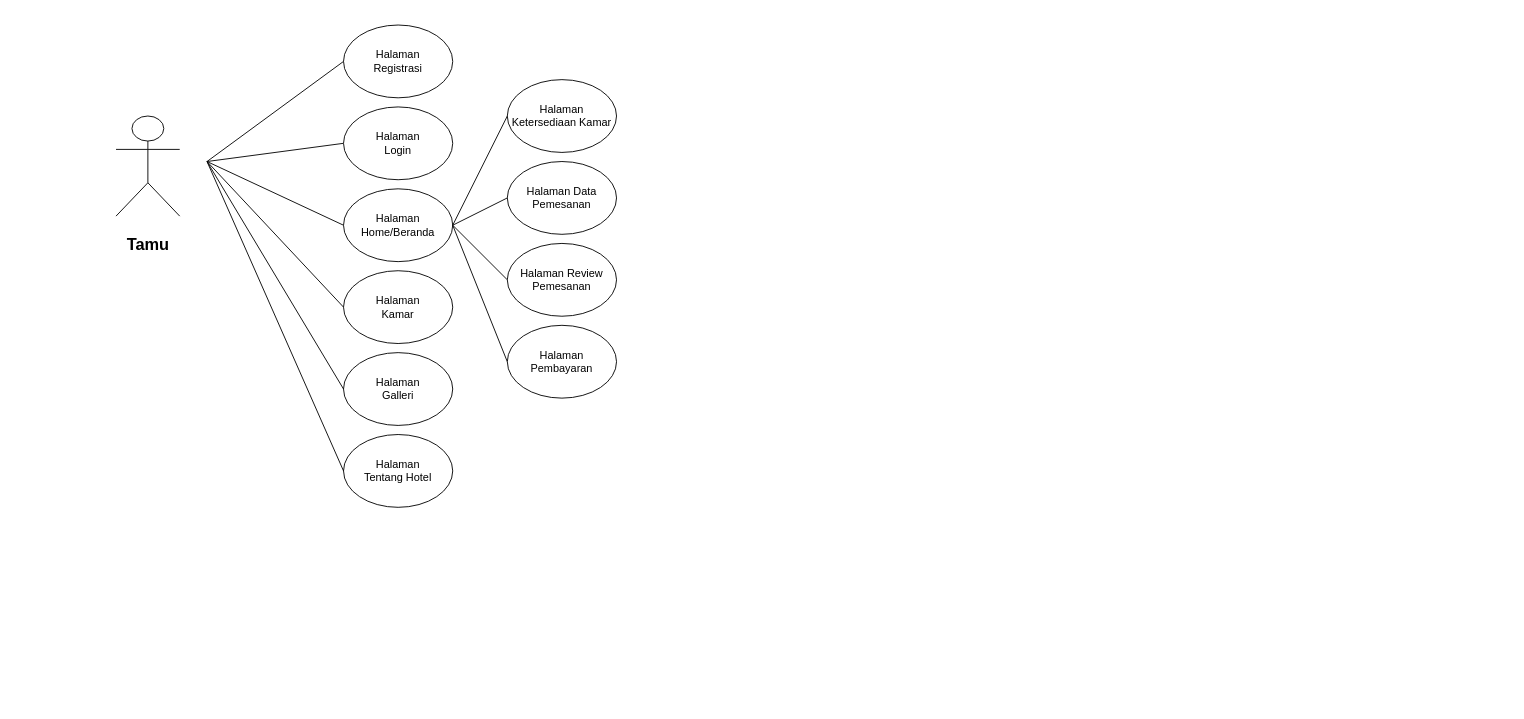
WijayaHendy/http-purwandias.github.io keeps this draw.io diagram as MPA_TGS02_5190411571.drawio. Above is the earlier version. Source tidied: cells renumbered, new cells numbered last; positions are measured from the earlier drawing's top-left corner, leaving out a move shared by most shapes. Both pictures are drawn from the tidied source at 91%, with x=0, y=0 at pixel (116, 25).
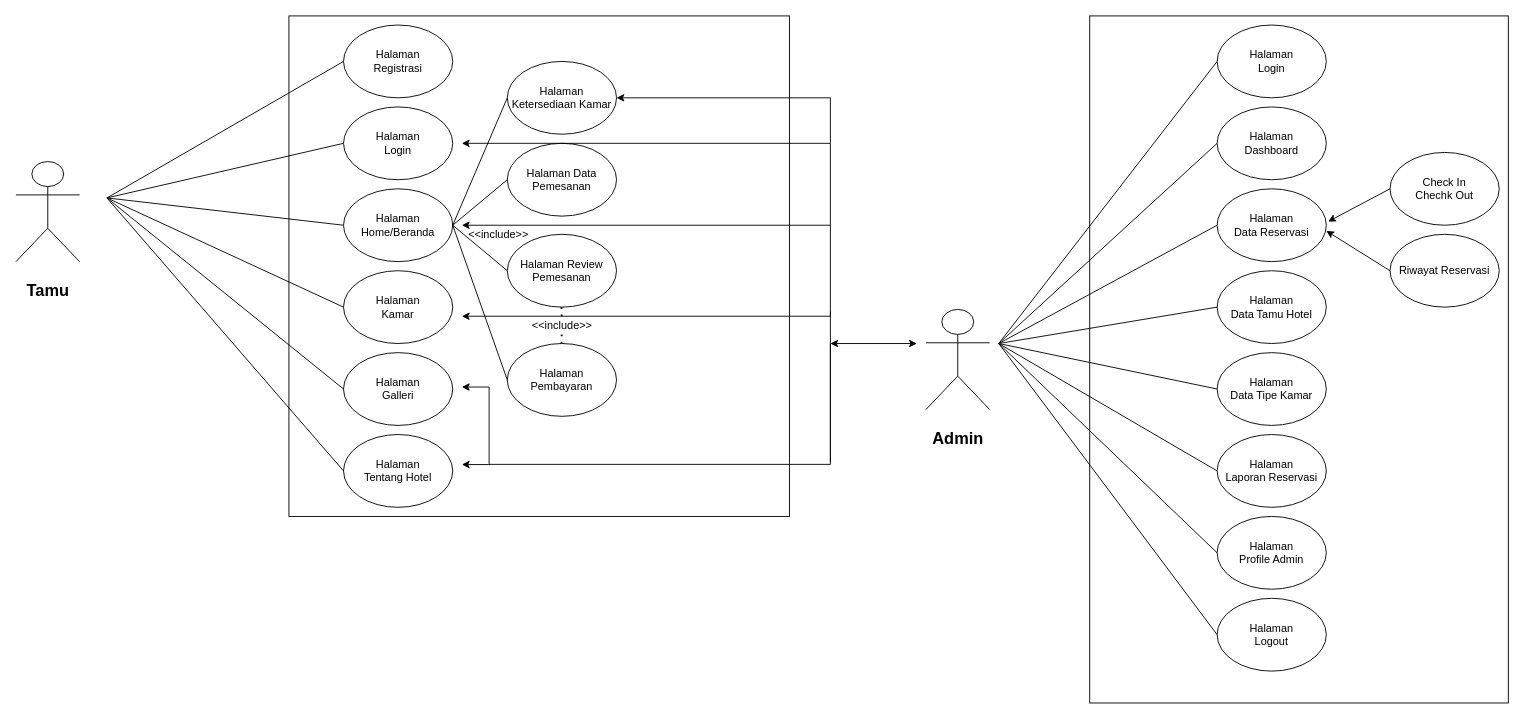
After the change.

The change refers to these unchanged cells:
```xml
<mxCell id="4" value="Halaman&lt;br&gt;Registrasi" style="ellipse;whiteSpace=wrap;html=1;" parent="1" vertex="1">
  <mxGeometry x="250" width="120" height="80" as="geometry" />
</mxCell>
<mxCell id="6" value="Halaman&lt;br&gt;Login" style="ellipse;whiteSpace=wrap;html=1;" parent="1" vertex="1">
  <mxGeometry x="250" y="90" width="120" height="80" as="geometry" />
</mxCell>
<mxCell id="9" value="Halaman&lt;br&gt;Home/Beranda" style="ellipse;whiteSpace=wrap;html=1;" parent="1" vertex="1">
  <mxGeometry x="250" y="180" width="120" height="80" as="geometry" />
</mxCell>
<mxCell id="10" value="Halaman&lt;br&gt;Kamar" style="ellipse;whiteSpace=wrap;html=1;" parent="1" vertex="1">
  <mxGeometry x="250" y="270" width="120" height="80" as="geometry" />
</mxCell>
<mxCell id="19" value="Halaman&lt;br&gt;Galleri" style="ellipse;whiteSpace=wrap;html=1;" parent="1" vertex="1">
  <mxGeometry x="250" y="360" width="120" height="80" as="geometry" />
</mxCell>
<mxCell id="20" value="Halaman&lt;br&gt;Tentang Hotel" style="ellipse;whiteSpace=wrap;html=1;" parent="1" vertex="1">
  <mxGeometry x="250" y="450" width="120" height="80" as="geometry" />
</mxCell>
```

The edit, as a diff of the source:
```diff
@@
+    <mxCell id="23" style="whiteSpace=wrap;html=1;" parent="1" vertex="1">
+      <mxGeometry x="1070" y="-10" width="460" height="755" as="geometry" />
+    </mxCell>
+    <mxCell id="24" style="whiteSpace=wrap;html=1;" parent="1" vertex="1">
+      <mxGeometry x="190" y="-10" width="550" height="550" as="geometry" />
+    </mxCell>
     <mxCell id="2" value="&lt;h2&gt;Tamu&lt;/h2&gt;" style="shape=umlActor;verticalLabelPosition=bottom;verticalAlign=top;html=1;" parent="1" vertex="1">
-      <mxGeometry y="100" width="70" height="110" as="geometry" />
+      <mxGeometry x="-110" y="150" width="70" height="110" as="geometry" />
     </mxCell>
     <mxCell id="3" style="endArrow=none;html=1;entryX=0;entryY=0.5;entryDx=0;entryDy=0;" parent="1" edge="1" target="6">
       <mxGeometry relative="1" as="geometry">
-        <mxPoint x="100" y="150" as="sourcePoint" />
+        <mxPoint x="-10" y="190" as="sourcePoint" />
       </mxGeometry>
     </mxCell>
@@
     <mxCell id="5" style="endArrow=none;html=1;entryX=0;entryY=0.5;entryDx=0;entryDy=0;" parent="1" edge="1" target="4">
       <mxGeometry relative="1" as="geometry">
-        <mxPoint x="100" y="150" as="sourcePoint" />
+        <mxPoint x="-10" y="190" as="sourcePoint" />
       </mxGeometry>
     </mxCell>
@@
     <mxCell id="7" style="endArrow=none;html=1;entryX=0;entryY=0.5;entryDx=0;entryDy=0;" parent="1" edge="1" target="9">
       <mxGeometry relative="1" as="geometry">
-        <mxPoint x="100" y="150" as="sourcePoint" />
+        <mxPoint x="-10" y="190" as="sourcePoint" />
       </mxGeometry>
     </mxCell>
     <mxCell id="8" style="endArrow=none;html=1;entryX=0;entryY=0.5;entryDx=0;entryDy=0;" parent="1" edge="1" target="10">
       <mxGeometry relative="1" as="geometry">
-        <mxPoint x="100" y="150" as="sourcePoint" />
+        <mxPoint x="-10" y="190" as="sourcePoint" />
       </mxGeometry>
     </mxCell>
@@
     <mxCell id="12" value="&lt;span&gt;Halaman Ketersediaan Kamar&lt;/span&gt;" style="ellipse;whiteSpace=wrap;html=1;" parent="1" vertex="1">
-      <mxGeometry x="430" y="60" width="120" height="80" as="geometry" />
+      <mxGeometry x="430" y="40" width="120" height="80" as="geometry" />
     </mxCell>
@@
     <mxCell id="14" value="Halaman Data Pemesanan" style="ellipse;whiteSpace=wrap;html=1;" parent="1" vertex="1">
-      <mxGeometry x="430" y="150" width="120" height="80" as="geometry" />
+      <mxGeometry x="430" y="130" width="120" height="80" as="geometry" />
     </mxCell>
@@
     <mxCell id="16" value="Halaman Review Pemesanan" style="ellipse;whiteSpace=wrap;html=1;" parent="1" vertex="1">
-      <mxGeometry x="430" y="240" width="120" height="80" as="geometry" />
+      <mxGeometry x="430" y="230" width="120" height="80" as="geometry" />
     </mxCell>
@@
     <mxCell id="18" value="Halaman Pembayaran" style="ellipse;whiteSpace=wrap;html=1;" parent="1" vertex="1">
-      <mxGeometry x="430" y="330" width="120" height="80" as="geometry" />
+      <mxGeometry x="430" y="350" width="120" height="80" as="geometry" />
     </mxCell>
@@
     <mxCell id="21" style="endArrow=none;html=1;entryX=0;entryY=0.5;entryDx=0;entryDy=0;" parent="1" edge="1" target="19">
       <mxGeometry relative="1" as="geometry">
-        <mxPoint x="100" y="150" as="sourcePoint" />
+        <mxPoint x="-10" y="190" as="sourcePoint" />
       </mxGeometry>
     </mxCell>
     <mxCell id="22" style="endArrow=none;html=1;entryX=0;entryY=0.5;entryDx=0;entryDy=0;" parent="1" edge="1" target="20">
       <mxGeometry relative="1" as="geometry">
-        <mxPoint x="100" y="150" as="sourcePoint" />
+        <mxPoint x="-10" y="190" as="sourcePoint" />
       </mxGeometry>
     </mxCell>
+    <mxCell id="25" style="edgeStyle=orthogonalEdgeStyle;rounded=0;jettySize=auto;html=1;" parent="1" edge="1" target="12">
+      <mxGeometry relative="1" as="geometry">
+        <mxPoint x="785" y="130" as="sourcePoint" />
+        <Array as="points">
+          <mxPoint x="785" y="80" />
+        </Array>
+      </mxGeometry>
+    </mxCell>
+    <mxCell id="26" value="&lt;h2&gt;Admin&lt;/h2&gt;" style="shape=umlActor;verticalLabelPosition=bottom;verticalAlign=top;html=1;" parent="1" vertex="1">
+      <mxGeometry x="890" y="312.5" width="70" height="110" as="geometry" />
+    </mxCell>
+    <mxCell id="27" value="&amp;lt;&amp;lt;include&amp;gt;&amp;gt;" style="text;html=1;align=center;verticalAlign=middle;" parent="1" vertex="1">
+      <mxGeometry x="380" y="220" width="80" height="20" as="geometry" />
+    </mxCell>
+    <mxCell id="28" style="endArrow=none;dashed=1;html=1;dashPattern=1 3;strokeWidth=2;" parent="1" edge="1" source="29">
+      <mxGeometry relative="1" as="geometry">
+        <mxPoint x="489.5" y="310" as="targetPoint" />
+      </mxGeometry>
+    </mxCell>
+    <mxCell id="29" value="&amp;lt;&amp;lt;include&amp;gt;&amp;gt;" style="text;html=1;align=center;verticalAlign=middle;points=[];" parent="1" vertex="1">
+      <mxGeometry x="450" y="320" width="80" height="20" as="geometry" />
+    </mxCell>
+    <mxCell id="30" style="endArrow=none;dashed=1;html=1;dashPattern=1 3;strokeWidth=2;" parent="1" edge="1" target="29">
+      <mxGeometry relative="1" as="geometry">
+        <mxPoint x="489.5" y="350" as="sourcePoint" />
+      </mxGeometry>
+    </mxCell>
+    <mxCell id="31" style="edgeStyle=orthogonalEdgeStyle;rounded=0;orthogonalLoop=1;jettySize=auto;html=1;jumpSize=6;entryX=1;entryY=0.375;entryDx=0;entryDy=0;entryPerimeter=0;" parent="1" edge="1">
+      <mxGeometry relative="1" as="geometry">
+        <mxPoint x="411" y="483" as="sourcePoint" />
+        <mxPoint x="380" y="483" as="targetPoint" />
+        <Array as="points">
+          <mxPoint x="409" y="483" />
+          <mxPoint x="409" y="483" />
+        </Array>
+      </mxGeometry>
+    </mxCell>
+    <mxCell id="32" style="edgeStyle=orthogonalEdgeStyle;rounded=0;orthogonalLoop=1;jettySize=auto;html=1;" parent="1" edge="1">
+      <mxGeometry relative="1" as="geometry">
+        <mxPoint x="785" y="480" as="sourcePoint" />
+        <mxPoint x="380" y="220" as="targetPoint" />
+        <Array as="points">
+          <mxPoint x="785" y="220" />
+        </Array>
+      </mxGeometry>
+    </mxCell>
+    <mxCell id="33" style="edgeStyle=orthogonalEdgeStyle;rounded=0;orthogonalLoop=1;jettySize=auto;html=1;" parent="1" edge="1">
+      <mxGeometry relative="1" as="geometry">
+        <mxPoint x="785" y="315" as="sourcePoint" />
+        <mxPoint x="380" y="320" as="targetPoint" />
+        <Array as="points">
+          <mxPoint x="785" y="320" />
+        </Array>
+      </mxGeometry>
+    </mxCell>
+    <mxCell id="34" style="edgeStyle=orthogonalEdgeStyle;rounded=0;orthogonalLoop=1;jettySize=auto;html=1;" parent="1" edge="1">
+      <mxGeometry relative="1" as="geometry">
+        <mxPoint x="785" y="220" as="sourcePoint" />
+        <mxPoint x="380" y="130" as="targetPoint" />
+        <Array as="points">
+          <mxPoint x="785" y="130" />
+        </Array>
+      </mxGeometry>
+    </mxCell>
+    <mxCell id="35" style="edgeStyle=orthogonalEdgeStyle;rounded=0;orthogonalLoop=1;jettySize=auto;html=1;" parent="1" edge="1">
+      <mxGeometry relative="1" as="geometry">
+        <mxPoint x="785" y="350" as="sourcePoint" />
+        <mxPoint x="380" y="397.8" as="targetPoint" />
+        <Array as="points">
+          <mxPoint x="785" y="482.8" />
+          <mxPoint x="410" y="482.8" />
+          <mxPoint x="410" y="397.8" />
+        </Array>
+      </mxGeometry>
+    </mxCell>
+    <mxCell id="36" style="endArrow=none;html=1;" parent="1" edge="1">
+      <mxGeometry relative="1" as="geometry">
+        <mxPoint x="970" y="350" as="sourcePoint" />
+        <mxPoint x="1210" y="220" as="targetPoint" />
+      </mxGeometry>
+    </mxCell>
+    <mxCell id="37" style="endArrow=none;html=1;" parent="1" edge="1">
+      <mxGeometry relative="1" as="geometry">
+        <mxPoint x="970" y="350" as="sourcePoint" />
+        <mxPoint x="1210" y="310" as="targetPoint" />
+      </mxGeometry>
+    </mxCell>
+    <mxCell id="38" style="endArrow=none;html=1;entryX=0;entryY=0.5;entryDx=0;entryDy=0;" parent="1" edge="1" target="42">
+      <mxGeometry relative="1" as="geometry">
+        <mxPoint x="970" y="350" as="sourcePoint" />
+      </mxGeometry>
+    </mxCell>
+    <mxCell id="39" style="endArrow=none;html=1;entryX=0;entryY=0.5;entryDx=0;entryDy=0;" parent="1" edge="1" target="43">
+      <mxGeometry relative="1" as="geometry">
+        <mxPoint x="970" y="350" as="sourcePoint" />
+      </mxGeometry>
+    </mxCell>
+    <mxCell id="40" value="&lt;span&gt;Halaman&lt;/span&gt;&lt;br&gt;&lt;span&gt;Data Reservasi&lt;/span&gt;" style="ellipse;whiteSpace=wrap;html=1;" parent="1" vertex="1">
+      <mxGeometry x="1210" y="180" width="120" height="80" as="geometry" />
+    </mxCell>
+    <mxCell id="41" value="Halaman&lt;br&gt;Data Tamu Hotel" style="ellipse;whiteSpace=wrap;html=1;" parent="1" vertex="1">
+      <mxGeometry x="1210" y="270" width="120" height="80" as="geometry" />
+    </mxCell>
+    <mxCell id="42" value="Halaman &lt;br&gt;Data Tipe Kamar" style="ellipse;whiteSpace=wrap;html=1;" parent="1" vertex="1">
+      <mxGeometry x="1210" y="360" width="120" height="80" as="geometry" />
+    </mxCell>
+    <mxCell id="43" value="Halaman&lt;br&gt;Laporan Reservasi" style="ellipse;whiteSpace=wrap;html=1;" parent="1" vertex="1">
+      <mxGeometry x="1210" y="450" width="120" height="80" as="geometry" />
+    </mxCell>
+    <mxCell id="44" style="endArrow=none;html=1;entryX=0;entryY=0.5;entryDx=0;entryDy=0;" parent="1" edge="1" target="47">
+      <mxGeometry relative="1" as="geometry">
+        <mxPoint x="970" y="350" as="sourcePoint" />
+      </mxGeometry>
+    </mxCell>
+    <mxCell id="45" style="endArrow=none;html=1;entryX=0;entryY=0.5;entryDx=0;entryDy=0;" parent="1" edge="1" target="46">
+      <mxGeometry relative="1" as="geometry">
+        <mxPoint x="970" y="350" as="sourcePoint" />
+      </mxGeometry>
+    </mxCell>
+    <mxCell id="46" value="Halaman&lt;br&gt;Profile Admin" style="ellipse;whiteSpace=wrap;html=1;" parent="1" vertex="1">
+      <mxGeometry x="1210" y="540" width="120" height="80" as="geometry" />
+    </mxCell>
+    <mxCell id="47" value="&lt;span&gt;Halaman&lt;/span&gt;&lt;br&gt;&lt;span&gt;Dashboard&lt;/span&gt;" style="ellipse;whiteSpace=wrap;html=1;" parent="1" vertex="1">
+      <mxGeometry x="1210" y="90" width="120" height="80" as="geometry" />
+    </mxCell>
+    <mxCell id="48" style="endArrow=none;html=1;entryX=0;entryY=0.5;entryDx=0;entryDy=0;" parent="1" edge="1" target="49">
+      <mxGeometry relative="1" as="geometry">
+        <mxPoint x="970" y="350" as="sourcePoint" />
+      </mxGeometry>
+    </mxCell>
+    <mxCell id="49" value="&lt;span&gt;Halaman&lt;/span&gt;&lt;br&gt;&lt;span&gt;Login&lt;/span&gt;" style="ellipse;whiteSpace=wrap;html=1;" parent="1" vertex="1">
+      <mxGeometry x="1210" width="120" height="80" as="geometry" />
+    </mxCell>
+    <mxCell id="50" value="Check In&lt;br&gt;Chechk Out" style="ellipse;whiteSpace=wrap;html=1;" parent="1" vertex="1">
+      <mxGeometry x="1400" y="140" width="120" height="80" as="geometry" />
+    </mxCell>
+    <mxCell id="51" value="Riwayat Reservasi" style="ellipse;whiteSpace=wrap;html=1;" parent="1" vertex="1">
+      <mxGeometry x="1400" y="230" width="120" height="80" as="geometry" />
+    </mxCell>
+    <mxCell id="52" style="endArrow=classic;html=1;entryX=1.02;entryY=0.453;entryDx=0;entryDy=0;entryPerimeter=0;exitX=0;exitY=0.5;exitDx=0;exitDy=0;" parent="1" edge="1" source="50" target="40">
+      <mxGeometry relative="1" as="geometry">
+        <Array as="points">
+          <mxPoint x="1332" y="216" />
+        </Array>
+      </mxGeometry>
+    </mxCell>
+    <mxCell id="53" style="endArrow=classic;html=1;entryX=1;entryY=0.578;entryDx=0;entryDy=0;entryPerimeter=0;exitX=0;exitY=0.5;exitDx=0;exitDy=0;" parent="1" edge="1" source="51" target="40">
+      <mxGeometry relative="1" as="geometry" />
+    </mxCell>
+    <mxCell id="54" style="endArrow=none;html=1;entryX=0;entryY=0.5;entryDx=0;entryDy=0;" parent="1" edge="1" target="55">
+      <mxGeometry relative="1" as="geometry">
+        <mxPoint x="970" y="350" as="sourcePoint" />
+      </mxGeometry>
+    </mxCell>
+    <mxCell id="55" value="Halaman&lt;br&gt;Logout" style="ellipse;whiteSpace=wrap;html=1;" parent="1" vertex="1">
+      <mxGeometry x="1210" y="630" width="120" height="80" as="geometry" />
+    </mxCell>
+    <mxCell id="56" style="endArrow=classic;startArrow=classic;html=1;" parent="1" edge="1">
+      <mxGeometry relative="1" as="geometry">
+        <mxPoint x="785" y="350" as="sourcePoint" />
+        <mxPoint x="880" y="350" as="targetPoint" />
+      </mxGeometry>
+    </mxCell>
```
